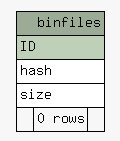
This is diagrams/summary/binfiles.1degree.png from zeyosinc/zeyos-schema, a Graphviz export, as it was before one commit. Its source is kept beside it as diagrams/summary/binfiles.1degree.dot.
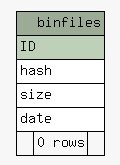
The same file after the commit.

The edit, as a diff of the source:
```diff
@@ -22,6 +22,7 @@
       <TR><TD PORT="ID" COLSPAN="3" BGCOLOR="#bed1b8" ALIGN="LEFT">ID</TD></TR>
       <TR><TD PORT="hash" COLSPAN="3" ALIGN="LEFT">hash</TD></TR>
       <TR><TD PORT="size" COLSPAN="3" ALIGN="LEFT">size</TD></TR>
+      <TR><TD PORT="date" COLSPAN="3" ALIGN="LEFT">date</TD></TR>
       <TR><TD ALIGN="LEFT" BGCOLOR="#f7f7f7">  </TD><TD ALIGN="RIGHT" BGCOLOR="#f7f7f7">0 rows</TD><TD ALIGN="RIGHT" BGCOLOR="#f7f7f7">  </TD></TR>
     </TABLE>>
     URL="tables/binfiles.html"
```
